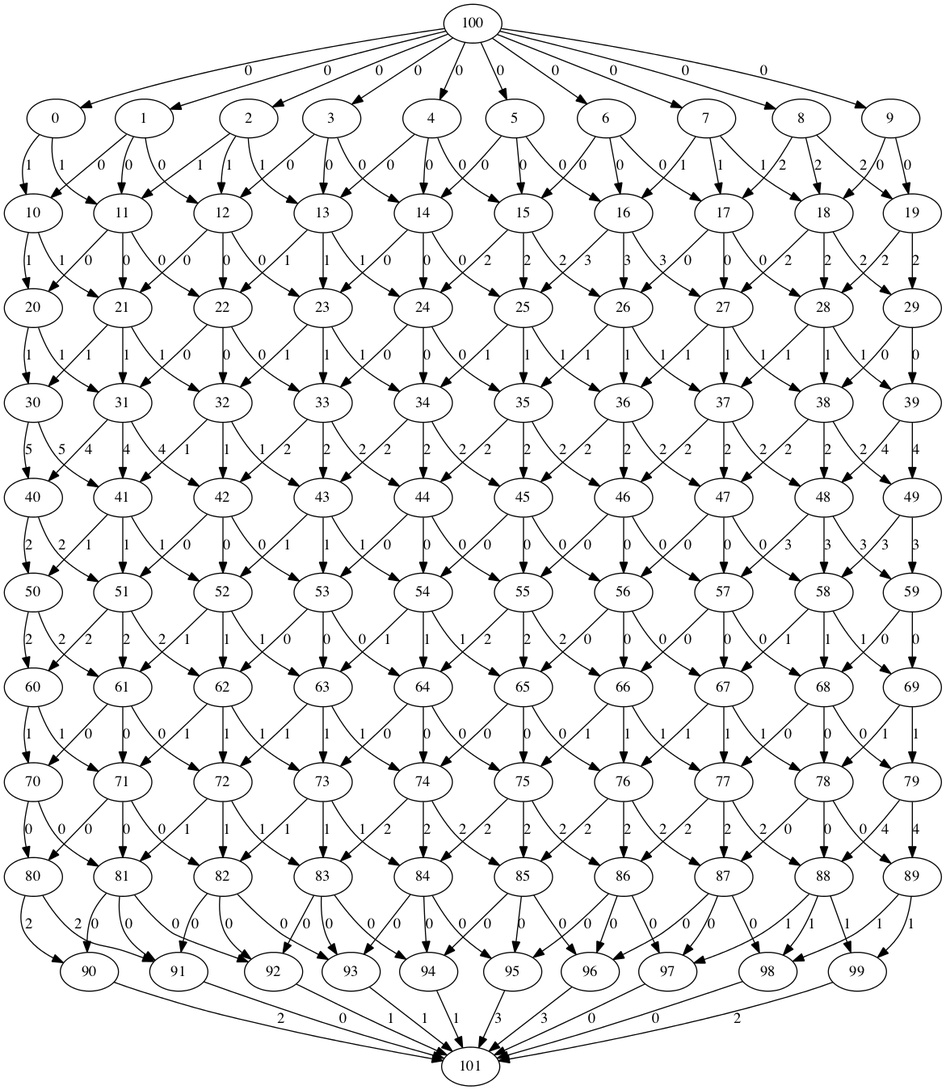
simonh88/ModelisationL3 keeps this Graphviz diagram as res/interest0.png. Above is the earlier version. Its source is kept beside it as res/interest0.dot. Its diagram source:
```dot
digraph G{
0->10[label="1"];
0->11[label="1"];
1->11[label="0"];
1->10[label="0"];
1->12[label="0"];
2->12[label="1"];
2->11[label="1"];
2->13[label="1"];
3->13[label="0"];
3->12[label="0"];
3->14[label="0"];
4->14[label="0"];
4->13[label="0"];
4->15[label="0"];
5->15[label="0"];
5->14[label="0"];
5->16[label="0"];
6->16[label="0"];
6->15[label="0"];
6->17[label="0"];
7->17[label="1"];
7->16[label="1"];
7->18[label="1"];
8->18[label="2"];
8->17[label="2"];
8->19[label="2"];
9->19[label="0"];
9->18[label="0"];
10->20[label="1"];
10->21[label="1"];
11->21[label="0"];
11->20[label="0"];
11->22[label="0"];
12->22[label="0"];
12->21[label="0"];
12->23[label="0"];
13->23[label="1"];
13->22[label="1"];
13->24[label="1"];
14->24[label="0"];
14->23[label="0"];
14->25[label="0"];
15->25[label="2"];
15->24[label="2"];
15->26[label="2"];
16->26[label="3"];
16->25[label="3"];
16->27[label="3"];
17->27[label="0"];
17->26[label="0"];
17->28[label="0"];
18->28[label="2"];
18->27[label="2"];
18->29[label="2"];
19->29[label="2"];
19->28[label="2"];
20->30[label="1"];
20->31[label="1"];
21->31[label="1"];
21->30[label="1"];
21->32[label="1"];
22->32[label="0"];
22->31[label="0"];
22->33[label="0"];
23->33[label="1"];
23->32[label="1"];
23->34[label="1"];
24->34[label="0"];
24->33[label="0"];
24->35[label="0"];
25->35[label="1"];
25->34[label="1"];
25->36[label="1"];
26->36[label="1"];
26->35[label="1"];
26->37[label="1"];
27->37[label="1"];
27->36[label="1"];
27->38[label="1"];
28->38[label="1"];
28->37[label="1"];
28->39[label="1"];
29->39[label="0"];
29->38[label="0"];
30->40[label="5"];
30->41[label="5"];
31->41[label="4"];
31->40[label="4"];
31->42[label="4"];
32->42[label="1"];
32->41[label="1"];
32->43[label="1"];
33->43[label="2"];
33->42[label="2"];
33->44[label="2"];
34->44[label="2"];
34->43[label="2"];
34->45[label="2"];
35->45[label="2"];
35->44[label="2"];
35->46[label="2"];
36->46[label="2"];
36->45[label="2"];
36->47[label="2"];
37->47[label="2"];
37->46[label="2"];
37->48[label="2"];
38->48[label="2"];
38->47[label="2"];
38->49[label="2"];
39->49[label="4"];
39->48[label="4"];
40->50[label="2"];
40->51[label="2"];
41->51[label="1"];
41->50[label="1"];
41->52[label="1"];
42->52[label="0"];
42->51[label="0"];
42->53[label="0"];
43->53[label="1"];
43->52[label="1"];
43->54[label="1"];
44->54[label="0"];
44->53[label="0"];
44->55[label="0"];
45->55[label="0"];
45->54[label="0"];
45->56[label="0"];
46->56[label="0"];
46->55[label="0"];
46->57[label="0"];
47->57[label="0"];
47->56[label="0"];
47->58[label="0"];
48->58[label="3"];
48->57[label="3"];
48->59[label="3"];
49->59[label="3"];
49->58[label="3"];
50->60[label="2"];
50->61[label="2"];
51->61[label="2"];
51->60[label="2"];
51->62[label="2"];
52->62[label="1"];
52->61[label="1"];
52->63[label="1"];
53->63[label="0"];
53->62[label="0"];
53->64[label="0"];
54->64[label="1"];
54->63[label="1"];
54->65[label="1"];
55->65[label="2"];
55->64[label="2"];
55->66[label="2"];
56->66[label="0"];
56->65[label="0"];
56->67[label="0"];
57->67[label="0"];
57->66[label="0"];
57->68[label="0"];
58->68[label="1"];
58->67[label="1"];
58->69[label="1"];
59->69[label="0"];
59->68[label="0"];
60->70[label="1"];
60->71[label="1"];
61->71[label="0"];
61->70[label="0"];
61->72[label="0"];
62->72[label="1"];
62->71[label="1"];
62->73[label="1"];
63->73[label="1"];
63->72[label="1"];
63->74[label="1"];
64->74[label="0"];
64->73[label="0"];
64->75[label="0"];
65->75[label="0"];
65->74[label="0"];
65->76[label="0"];
66->76[label="1"];
66->75[label="1"];
66->77[label="1"];
67->77[label="1"];
67->76[label="1"];
67->78[label="1"];
68->78[label="0"];
68->77[label="0"];
68->79[label="0"];
69->79[label="1"];
69->78[label="1"];
70->80[label="0"];
70->81[label="0"];
71->81[label="0"];
71->80[label="0"];
71->82[label="0"];
72->82[label="1"];
72->81[label="1"];
72->83[label="1"];
73->83[label="1"];
73->82[label="1"];
73->84[label="1"];
74->84[label="2"];
74->83[label="2"];
74->85[label="2"];
75->85[label="2"];
75->84[label="2"];
75->86[label="2"];
76->86[label="2"];
76->85[label="2"];
76->87[label="2"];
77->87[label="2"];
77->86[label="2"];
77->88[label="2"];
78->88[label="0"];
78->87[label="0"];
78->89[label="0"];
79->89[label="4"];
79->88[label="4"];
80->90[label="2"];
80->91[label="2"];
81->91[label="0"];
81->90[label="0"];
81->92[label="0"];
82->92[label="0"];
82->91[label="0"];
82->93[label="0"];
83->93[label="0"];
83->92[label="0"];
83->94[label="0"];
84->94[label="0"];
84->93[label="0"];
84->95[label="0"];
85->95[label="0"];
85->94[label="0"];
85->96[label="0"];
86->96[label="0"];
86->95[label="0"];
86->97[label="0"];
87->97[label="0"];
87->96[label="0"];
87->98[label="0"];
88->98[label="1"];
88->97[label="1"];
88->99[label="1"];
89->99[label="1"];
89->98[label="1"];
90->101[label="2"];
91->101[label="0"];
92->101[label="1"];
93->101[label="1"];
94->101[label="1"];
95->101[label="3"];
96->101[label="3"];
97->101[label="0"];
98->101[label="0"];
99->101[label="2"];
100->0[label="0"];
100->1[label="0"];
100->2[label="0"];
100->3[label="0"];
100->4[label="0"];
100->5[label="0"];
100->6[label="0"];
100->7[label="0"];
100->8[label="0"];
100->9[label="0"];
}
```
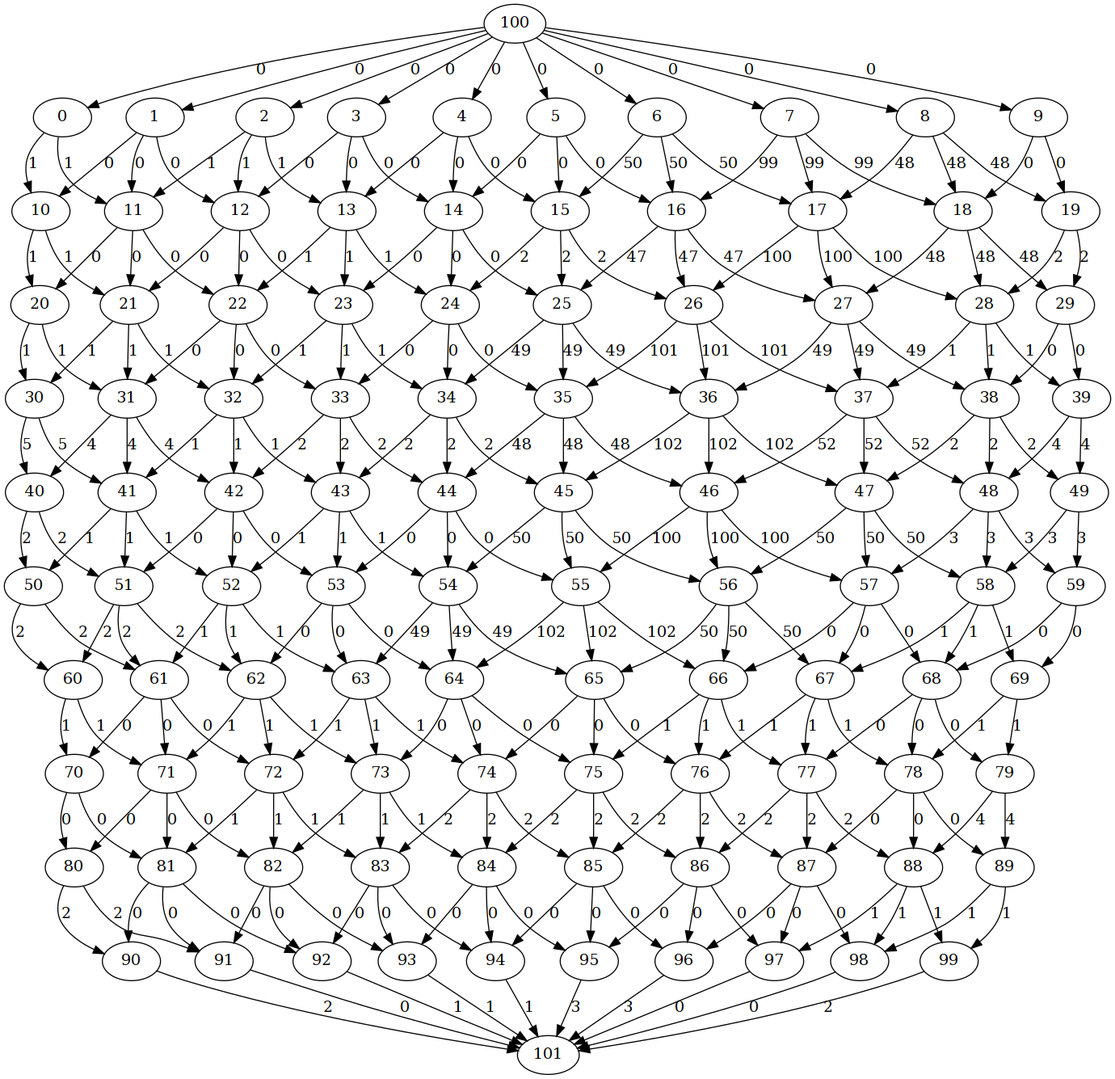
Above is the later version.

What changed in the source:
```diff
@@ -16,15 +16,15 @@
 5->15[label="0"];
 5->14[label="0"];
 5->16[label="0"];
-6->16[label="0"];
-6->15[label="0"];
-6->17[label="0"];
-7->17[label="1"];
-7->16[label="1"];
-7->18[label="1"];
-8->18[label="2"];
-8->17[label="2"];
-8->19[label="2"];
+6->16[label="50"];
+6->15[label="50"];
+6->17[label="50"];
+7->17[label="99"];
+7->16[label="99"];
+7->18[label="99"];
+8->18[label="48"];
+8->17[label="48"];
+8->19[label="48"];
 9->19[label="0"];
 9->18[label="0"];
 10->20[label="1"];
@@ -44,15 +44,15 @@
 15->25[label="2"];
 15->24[label="2"];
 15->26[label="2"];
-16->26[label="3"];
-16->25[label="3"];
-16->27[label="3"];
-17->27[label="0"];
-17->26[label="0"];
-17->28[label="0"];
-18->28[label="2"];
-18->27[label="2"];
-18->29[label="2"];
+16->26[label="47"];
+16->25[label="47"];
+16->27[label="47"];
+17->27[label="100"];
+17->26[label="100"];
+17->28[label="100"];
+18->28[label="48"];
+18->27[label="48"];
+18->29[label="48"];
 19->29[label="2"];
 19->28[label="2"];
 20->30[label="1"];
@@ -69,15 +69,15 @@
 24->34[label="0"];
 24->33[label="0"];
 24->35[label="0"];
-25->35[label="1"];
-25->34[label="1"];
-25->36[label="1"];
-26->36[label="1"];
-26->35[label="1"];
-26->37[label="1"];
-27->37[label="1"];
-27->36[label="1"];
-27->38[label="1"];
+25->35[label="49"];
+25->34[label="49"];
+25->36[label="49"];
+26->36[label="101"];
+26->35[label="101"];
+26->37[label="101"];
+27->37[label="49"];
+27->36[label="49"];
+27->38[label="49"];
 28->38[label="1"];
 28->37[label="1"];
 28->39[label="1"];
@@ -97,15 +97,15 @@
 34->44[label="2"];
 34->43[label="2"];
 34->45[label="2"];
-35->45[label="2"];
-35->44[label="2"];
-35->46[label="2"];
-36->46[label="2"];
-36->45[label="2"];
-36->47[label="2"];
-37->47[label="2"];
-37->46[label="2"];
-37->48[label="2"];
+35->45[label="48"];
+35->44[label="48"];
+35->46[label="48"];
+36->46[label="102"];
+36->45[label="102"];
+36->47[label="102"];
+37->47[label="52"];
+37->46[label="52"];
+37->48[label="52"];
 38->48[label="2"];
 38->47[label="2"];
 38->49[label="2"];
@@ -125,15 +125,15 @@
 44->54[label="0"];
 44->53[label="0"];
 44->55[label="0"];
-45->55[label="0"];
-45->54[label="0"];
-45->56[label="0"];
-46->56[label="0"];
-46->55[label="0"];
-46->57[label="0"];
-47->57[label="0"];
-47->56[label="0"];
-47->58[label="0"];
+45->55[label="50"];
+45->54[label="50"];
+45->56[label="50"];
+46->56[label="100"];
+46->55[label="100"];
+46->57[label="100"];
+47->57[label="50"];
+47->56[label="50"];
+47->58[label="50"];
 48->58[label="3"];
 48->57[label="3"];
 48->59[label="3"];
@@ -150,15 +150,15 @@
 53->63[label="0"];
 53->62[label="0"];
 53->64[label="0"];
-54->64[label="1"];
-54->63[label="1"];
-54->65[label="1"];
-55->65[label="2"];
-55->64[label="2"];
-55->66[label="2"];
-56->66[label="0"];
-56->65[label="0"];
-56->67[label="0"];
+54->64[label="49"];
+54->63[label="49"];
+54->65[label="49"];
+55->65[label="102"];
+55->64[label="102"];
+55->66[label="102"];
+56->66[label="50"];
+56->65[label="50"];
+56->67[label="50"];
 57->67[label="0"];
 57->66[label="0"];
 57->68[label="0"];
```
